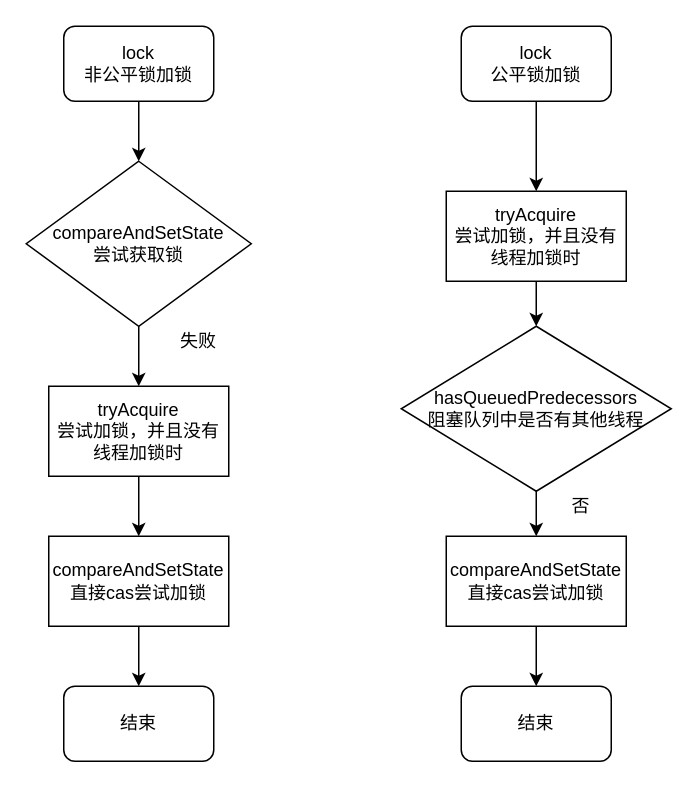
Above: concurrent/公平锁和非公平锁的区别.drawio in erlieStar/diagrams (draw.io), before the change. Source tidied: cells renumbered, new cells numbered last; positions are measured from the earlier drawing's top-left corner, leaving out a move shared by most shapes. Both pictures are drawn from the tidied source at 150%, with x=0, y=0 at pixel (26, 26).
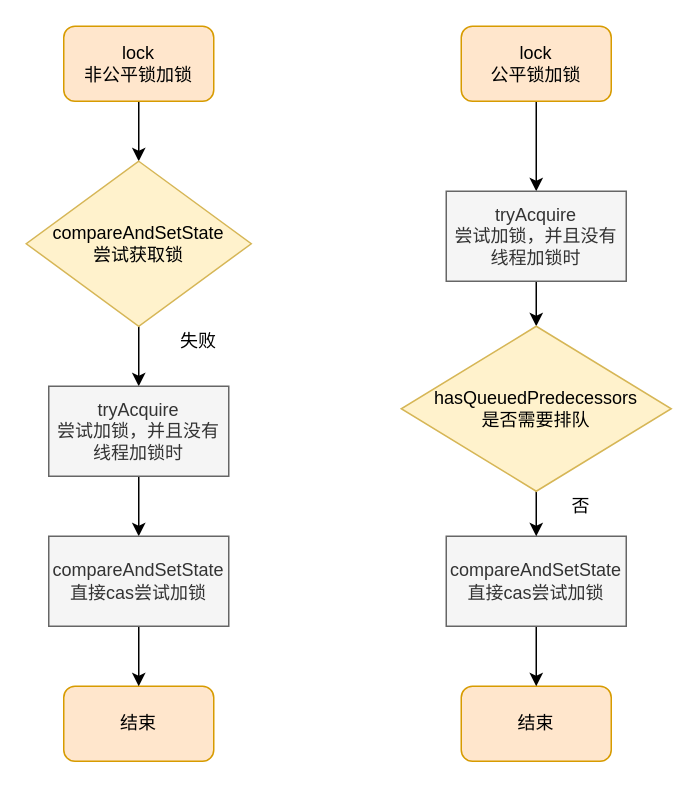
Above is the later version.

Commit message:
Update 公平锁和非公平锁的区别.drawio

What changed in the source:
```diff
@@
-    <mxCell id="3" value="lock&lt;br&gt;非公平锁加锁" style="rounded=1;whiteSpace=wrap;html=1;" parent="1" vertex="1">
+    <mxCell id="3" value="lock&lt;br&gt;非公平锁加锁" style="rounded=1;whiteSpace=wrap;html=1;fillColor=#ffe6cc;strokeColor=#d79b00;" parent="1" vertex="1">
       <mxGeometry x="25" width="100" height="50" as="geometry" />
     </mxCell>
-    <mxCell id="4" value="结束" style="rounded=1;whiteSpace=wrap;html=1;" parent="1" vertex="1">
+    <mxCell id="4" value="结束" style="rounded=1;whiteSpace=wrap;html=1;fillColor=#ffe6cc;strokeColor=#d79b00;" parent="1" vertex="1">
       <mxGeometry x="25" y="440" width="100" height="50" as="geometry" />
     </mxCell>
@@
-    <mxCell id="6" value="&lt;span&gt;compareAndSetState&lt;/span&gt;&lt;br&gt;&lt;span&gt;尝试获取锁&lt;/span&gt;" style="rhombus;whiteSpace=wrap;html=1;" parent="1" vertex="1">
+    <mxCell id="6" value="&lt;span&gt;compareAndSetState&lt;/span&gt;&lt;br&gt;&lt;span&gt;尝试获取锁&lt;/span&gt;" style="rhombus;whiteSpace=wrap;html=1;fillColor=#fff2cc;strokeColor=#d6b656;" parent="1" vertex="1">
       <mxGeometry y="90" width="150" height="110" as="geometry" />
     </mxCell>
@@
-    <mxCell id="8" value="tryAcquire&lt;br&gt;尝试加锁，并且没有线程加锁时" style="rounded=0;whiteSpace=wrap;html=1;" parent="1" vertex="1">
+    <mxCell id="8" value="tryAcquire&lt;br&gt;尝试加锁，并且没有线程加锁时" style="rounded=0;whiteSpace=wrap;html=1;fillColor=#f5f5f5;strokeColor=#666666;fontColor=#333333;" parent="1" vertex="1">
       <mxGeometry x="15" y="240" width="120" height="60" as="geometry" />
     </mxCell>
@@
-    <mxCell id="10" value="compareAndSetState&lt;br&gt;直接cas尝试加锁" style="rounded=0;whiteSpace=wrap;html=1;" parent="1" vertex="1">
+    <mxCell id="10" value="compareAndSetState&lt;br&gt;直接cas尝试加锁" style="rounded=0;whiteSpace=wrap;html=1;fillColor=#f5f5f5;strokeColor=#666666;fontColor=#333333;" parent="1" vertex="1">
       <mxGeometry x="15" y="340" width="120" height="60" as="geometry" />
     </mxCell>
@@
-    <mxCell id="12" value="lock&lt;br&gt;公平锁加锁" style="rounded=1;whiteSpace=wrap;html=1;" parent="1" vertex="1">
+    <mxCell id="12" value="lock&lt;br&gt;公平锁加锁" style="rounded=1;whiteSpace=wrap;html=1;fillColor=#ffe6cc;strokeColor=#d79b00;" parent="1" vertex="1">
       <mxGeometry x="290" width="100" height="50" as="geometry" />
     </mxCell>
-    <mxCell id="13" value="结束" style="rounded=1;whiteSpace=wrap;html=1;" parent="1" vertex="1">
+    <mxCell id="13" value="结束" style="rounded=1;whiteSpace=wrap;html=1;fillColor=#ffe6cc;strokeColor=#d79b00;" parent="1" vertex="1">
       <mxGeometry x="290" y="440" width="100" height="50" as="geometry" />
     </mxCell>
@@
-    <mxCell id="15" value="tryAcquire&lt;br&gt;尝试加锁，并且没有线程加锁时" style="rounded=0;whiteSpace=wrap;html=1;" parent="1" vertex="1">
+    <mxCell id="15" value="tryAcquire&lt;br&gt;尝试加锁，并且没有线程加锁时" style="rounded=0;whiteSpace=wrap;html=1;fillColor=#f5f5f5;strokeColor=#666666;fontColor=#333333;" parent="1" vertex="1">
       <mxGeometry x="280" y="110" width="120" height="60" as="geometry" />
     </mxCell>
@@
-    <mxCell id="17" value="compareAndSetState&lt;br&gt;直接cas尝试加锁" style="rounded=0;whiteSpace=wrap;html=1;" parent="1" vertex="1">
+    <mxCell id="17" value="compareAndSetState&lt;br&gt;直接cas尝试加锁" style="rounded=0;whiteSpace=wrap;html=1;fillColor=#f5f5f5;strokeColor=#666666;fontColor=#333333;" parent="1" vertex="1">
       <mxGeometry x="280" y="340" width="120" height="60" as="geometry" />
     </mxCell>
@@
-    <mxCell id="19" value="&lt;span&gt;hasQueuedPredecessors&lt;/span&gt;&lt;br&gt;&lt;span&gt;阻塞队列中是否有其他线程&lt;/span&gt;" style="rhombus;whiteSpace=wrap;html=1;" parent="1" vertex="1">
+    <mxCell id="19" value="&lt;span&gt;hasQueuedPredecessors&lt;/span&gt;&lt;br&gt;是否需要排队" style="rhombus;whiteSpace=wrap;html=1;fillColor=#fff2cc;strokeColor=#d6b656;" parent="1" vertex="1">
       <mxGeometry x="250" y="200" width="180" height="110" as="geometry" />
     </mxCell>
```
